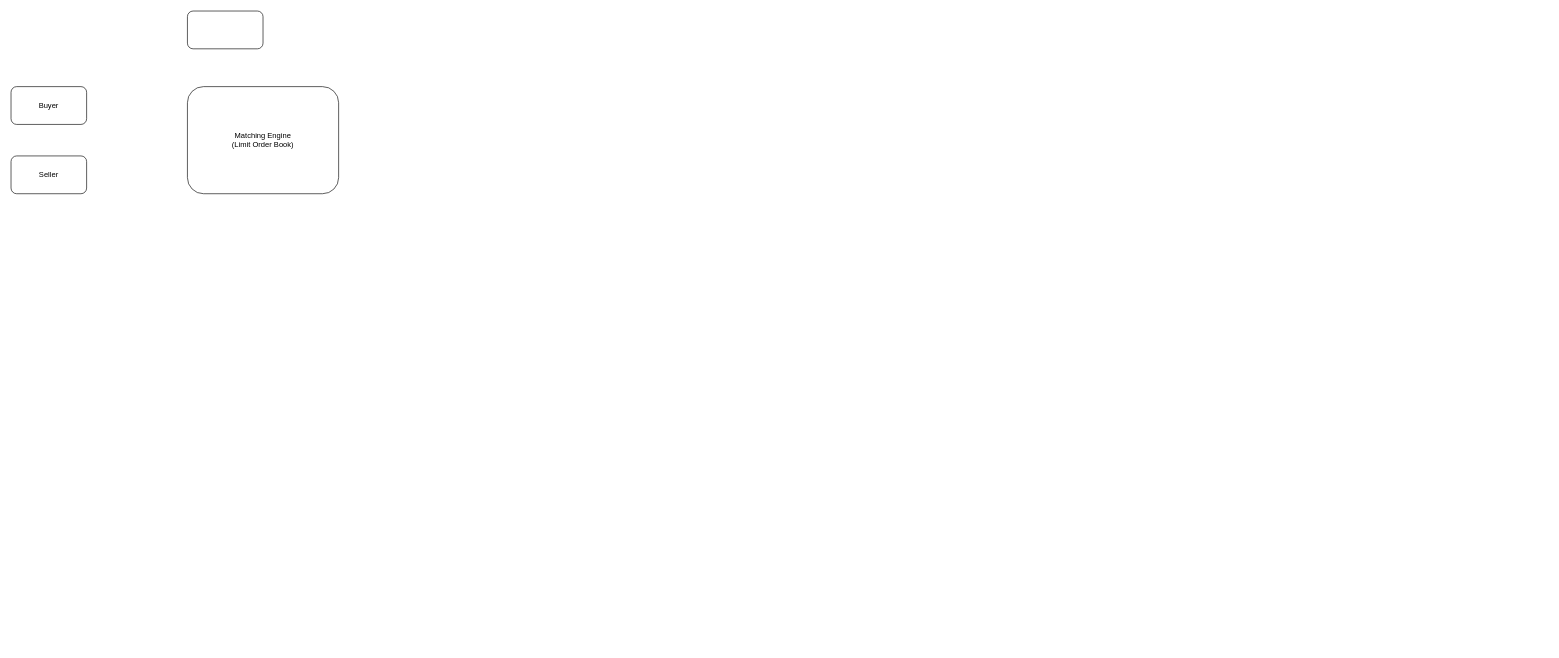
This is 13_StockExchange.drawio from xwq172677170/SysdDiagram, a draw.io file, before an edit. Source tidied: cells renumbered, new cells numbered last; positions are measured from the earlier drawing's top-left corner, leaving out a move shared by most shapes. Both pictures are drawn from the tidied source at 63%, with x=0, y=0 at pixel (11, 11).
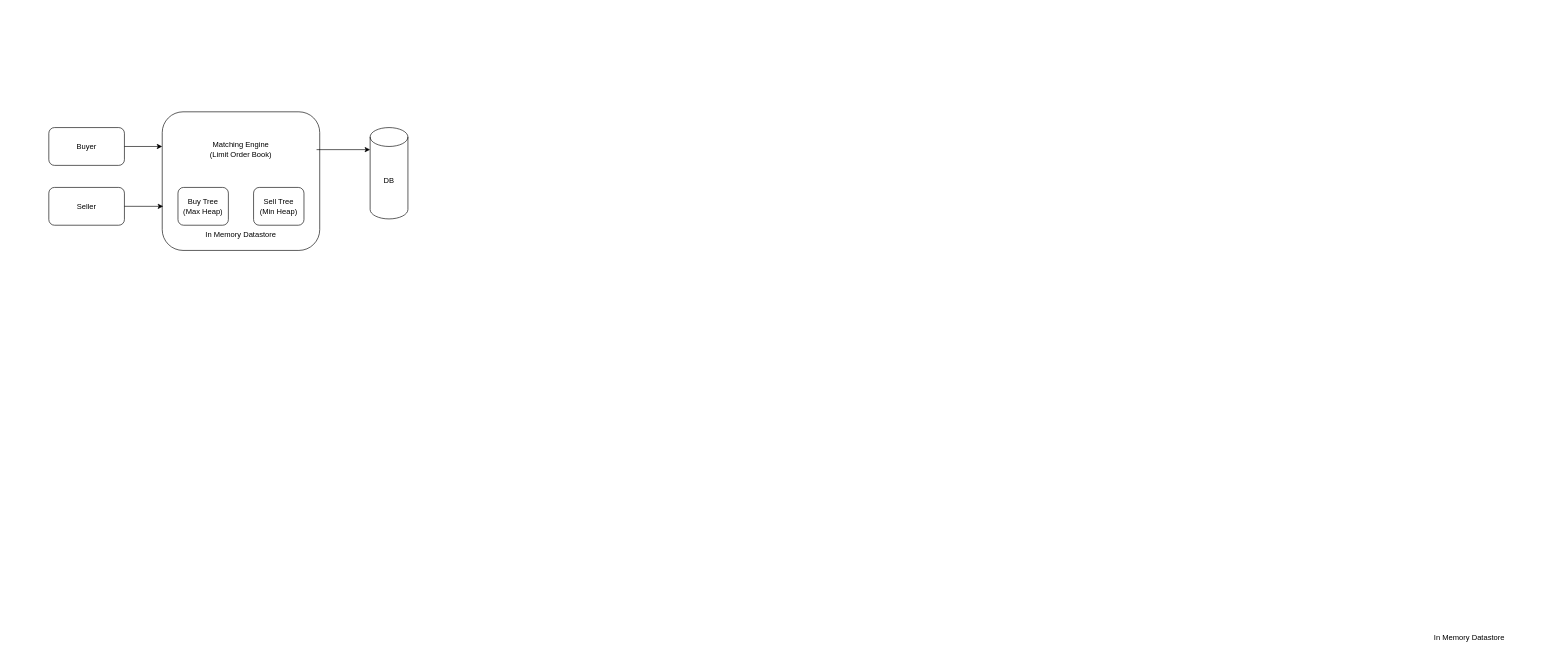
The same diagram, later.

Change to the diagram source:
```diff
@@
 <mxGraphModel>
   <root>
     <mxCell id="0" />
     <mxCell id="1" parent="0" />
-    <mxCell id="2" style="rounded=1;whiteSpace=wrap;html=1;" parent="1" vertex="1">
-      <mxGeometry x="280" width="120" height="60" as="geometry" />
-    </mxCell>
-    <mxCell id="3" value="Matching Engine&lt;br&gt;(Limit Order Book)" style="rounded=1;whiteSpace=wrap;html=1;" parent="1" vertex="1">
-      <mxGeometry x="280" y="120" width="240" height="170" as="geometry" />
-    </mxCell>
+    <mxCell id="6" style="rounded=1;whiteSpace=wrap;html=1;" parent="1" vertex="1">
+      <mxGeometry x="240" y="160" width="250" height="220" as="geometry" />
+    </mxCell>
     <mxCell id="4" value="Buyer" style="rounded=1;whiteSpace=wrap;html=1;" parent="1" vertex="1">
-      <mxGeometry y="120" width="120" height="60" as="geometry" />
+      <mxGeometry x="60" y="185" width="120" height="60" as="geometry" />
     </mxCell>
     <mxCell id="5" value="Seller" style="rounded=1;whiteSpace=wrap;html=1;" parent="1" vertex="1">
-      <mxGeometry y="230" width="120" height="60" as="geometry" />
+      <mxGeometry x="60" y="280" width="120" height="60" as="geometry" />
     </mxCell>
+    <mxCell id="7" value="Buy Tree&lt;br&gt;(Max Heap)" style="rounded=1;whiteSpace=wrap;html=1;" parent="1" vertex="1">
+      <mxGeometry x="265" y="280" width="80" height="60" as="geometry" />
+    </mxCell>
+    <mxCell id="8" value="Sell Tree&lt;br&gt;(Min Heap)" style="rounded=1;whiteSpace=wrap;html=1;" parent="1" vertex="1">
+      <mxGeometry x="385" y="280" width="80" height="60" as="geometry" />
+    </mxCell>
+    <mxCell id="9" value="In Memory Datastore" style="text;html=1;strokeColor=none;fillColor=none;align=center;verticalAlign=middle;whiteSpace=wrap;rounded=0;" parent="1" vertex="1">
+      <mxGeometry x="2190" y="980" width="250" height="30" as="geometry" />
+    </mxCell>
+    <mxCell id="10" value="In Memory Datastore" style="text;html=1;strokeColor=none;fillColor=none;align=center;verticalAlign=middle;whiteSpace=wrap;rounded=0;" parent="1" vertex="1">
+      <mxGeometry x="245" y="340" width="240" height="30" as="geometry" />
+    </mxCell>
+    <mxCell id="3" value="Matching Engine&lt;br style=&quot;border-color: var(--border-color);&quot;&gt;(Limit Order Book)" style="text;html=1;strokeColor=none;fillColor=none;align=center;verticalAlign=middle;whiteSpace=wrap;rounded=0;" parent="1" vertex="1">
+      <mxGeometry x="245" y="190" width="240" height="60" as="geometry" />
+    </mxCell>
+    <mxCell id="11" style="endArrow=classic;html=1;rounded=0;exitX=1;exitY=0.5;exitDx=0;exitDy=0;entryX=0;entryY=0.25;entryDx=0;entryDy=0;" parent="1" edge="1" source="4" target="6">
+      <mxGeometry relative="1" as="geometry" />
+    </mxCell>
+    <mxCell id="12" style="endArrow=classic;html=1;rounded=0;exitX=1;exitY=0.5;exitDx=0;exitDy=0;entryX=0.006;entryY=0.682;entryDx=0;entryDy=0;entryPerimeter=0;" parent="1" edge="1" source="5" target="6">
+      <mxGeometry relative="1" as="geometry" />
+    </mxCell>
+    <mxCell id="13" style="endArrow=classic;html=1;rounded=0;exitX=1;exitY=0.5;exitDx=0;exitDy=0;" parent="1" edge="1" source="3">
+      <mxGeometry relative="1" as="geometry">
+        <mxPoint x="570" y="220" as="targetPoint" />
+      </mxGeometry>
+    </mxCell>
+    <mxCell id="14" value="DB" style="shape=cylinder3;whiteSpace=wrap;html=1;boundedLbl=1;backgroundOutline=1;size=15;" parent="1" vertex="1">
+      <mxGeometry x="570" y="185" width="60" height="145" as="geometry" />
+    </mxCell>
   </root>
 </mxGraphModel>
```
